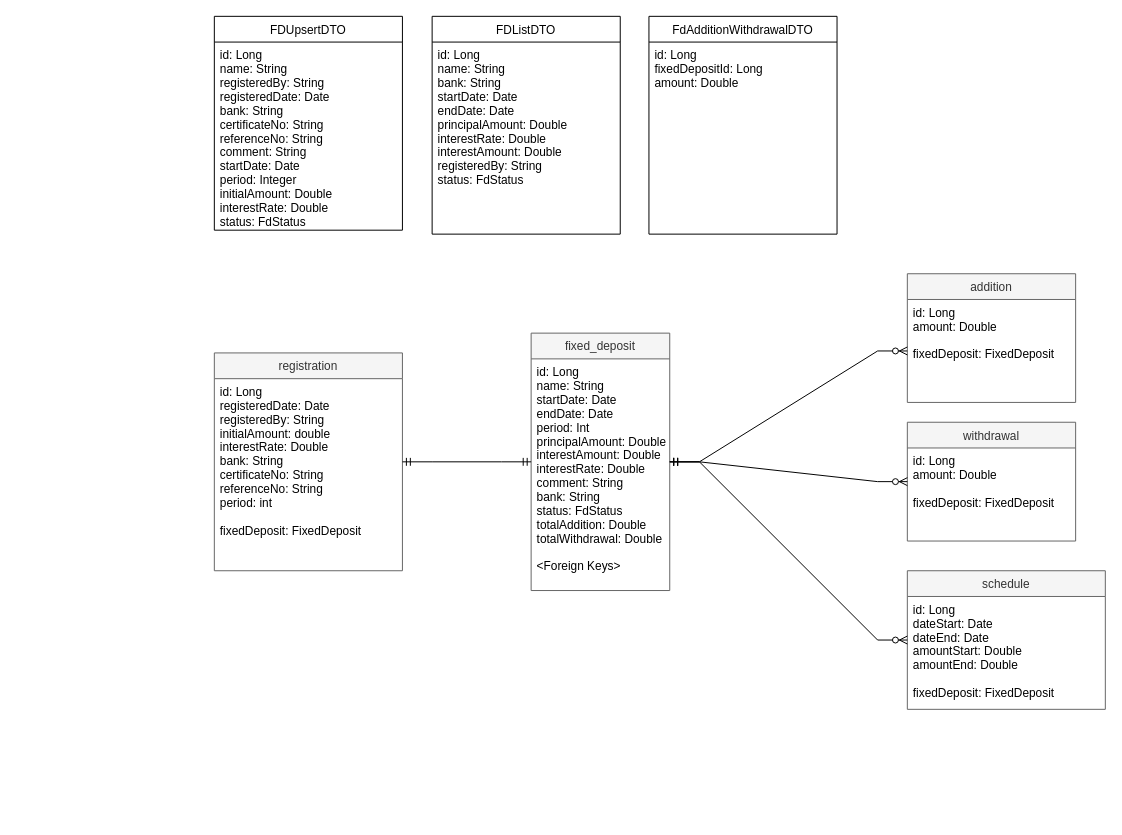
This is investment/ERD.drawio from AdmiJW/fixed_deposit_module, a draw.io file, before an edit. Source tidied: cells renumbered, new cells numbered last; positions are measured from the earlier drawing's top-left corner, leaving out a move shared by most shapes. Both pictures are drawn from the tidied source at 99%, with x=0, y=0 at pixel (214, 16).
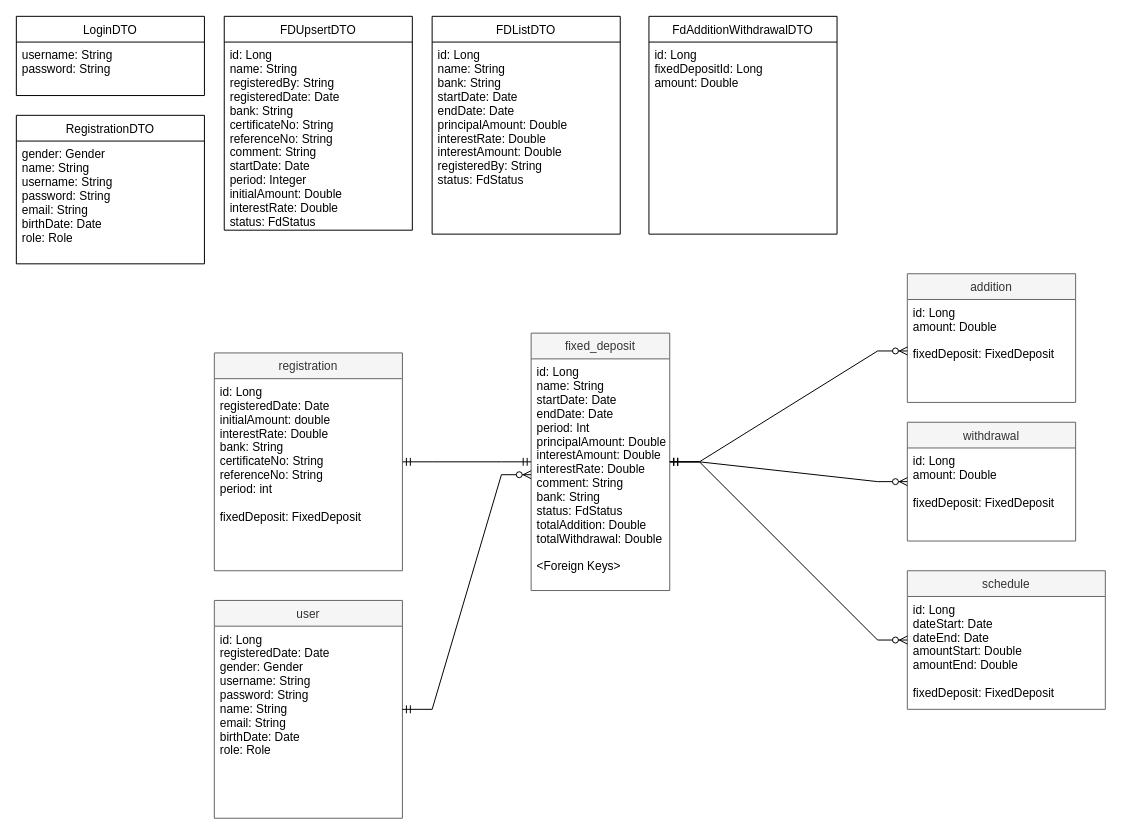
The same page after the edit.

The change refers to these unchanged cells:
```xml
<mxCell id="3" value="id: Long&#10;name: String&#10;startDate: Date&#10;endDate: Date&#10;period: Int&#10;principalAmount: Double&#10;interestAmount: Double&#10;interestRate: Double&#10;comment: String&#10;bank: String&#10;status: FdStatus&#10;totalAddition: Double&#10;totalWithdrawal: Double&#10;&#10;&lt;Foreign Keys&gt;" style="text;strokeColor=none;fillColor=none;align=left;verticalAlign=top;spacingLeft=4;spacingRight=4;overflow=hidden;points=[[0,0.5],[1,0.5]];portConstraint=eastwest;" parent="2" vertex="1">
  <mxGeometry y="26" width="140" height="234" as="geometry" />
</mxCell>
<mxCell id="10" value="registration" style="swimlane;fontStyle=0;horizontal=1;startSize=26;fillColor=#f5f5f5;fontColor=#333333;strokeColor=#666666;" parent="1" vertex="1">
  <mxGeometry y="340" width="190" height="220" as="geometry" />
</mxCell>
```

What changed in the source:
```diff
@@
-    <mxCell id="11" value="id: Long&#10;registeredDate: Date&#10;registeredBy: String&#10;initialAmount: double&#10;interestRate: Double&#10;bank: String&#10;certificateNo: String&#10;referenceNo: String&#10;period: int&#10;&#10;fixedDeposit: FixedDeposit" style="text;strokeColor=none;fillColor=none;align=left;verticalAlign=top;spacingLeft=4;spacingRight=4;overflow=hidden;" parent="10" vertex="1">
+    <mxCell id="11" value="id: Long&#10;registeredDate: Date&#10;initialAmount: double&#10;interestRate: Double&#10;bank: String&#10;certificateNo: String&#10;referenceNo: String&#10;period: int&#10;&#10;fixedDeposit: FixedDeposit" style="text;strokeColor=none;fillColor=none;align=left;verticalAlign=top;spacingLeft=4;spacingRight=4;overflow=hidden;" parent="10" vertex="1">
       <mxGeometry y="26" width="190" height="194" as="geometry" />
     </mxCell>
@@
     <mxCell id="15" value="FDUpsertDTO" style="swimlane;fontStyle=0;horizontal=1;startSize=26;fillColor=none;" parent="1" vertex="1">
-      <mxGeometry width="190" height="216" as="geometry" />
+      <mxGeometry x="10" width="190" height="216" as="geometry" />
     </mxCell>
@@
+    <mxCell id="22" value="user" style="swimlane;fontStyle=0;horizontal=1;startSize=26;fillColor=#f5f5f5;fontColor=#333333;strokeColor=#666666;" parent="1" vertex="1">
+      <mxGeometry y="590" width="190" height="220" as="geometry" />
+    </mxCell>
+    <mxCell id="23" value="id: Long&#10;registeredDate: Date&#10;gender: Gender&#10;username: String&#10;password: String&#10;name: String&#10;email: String&#10;birthDate: Date&#10;role: Role" style="text;strokeColor=none;fillColor=none;align=left;verticalAlign=top;spacingLeft=4;spacingRight=4;overflow=hidden;" parent="22" vertex="1">
+      <mxGeometry y="26" width="190" height="194" as="geometry" />
+    </mxCell>
+    <mxCell id="24" style="edgeStyle=entityRelationEdgeStyle;fontSize=12;html=1;endArrow=ERzeroToMany;startArrow=ERmandOne;rounded=0;" parent="1" edge="1" source="22" target="3">
+      <mxGeometry relative="1" as="geometry" />
+    </mxCell>
+    <mxCell id="25" value="LoginDTO" style="swimlane;fontStyle=0;horizontal=1;startSize=26;fillColor=none;" parent="1" vertex="1">
+      <mxGeometry x="-200" width="190" height="80" as="geometry" />
+    </mxCell>
+    <mxCell id="26" value="username: String&#10;password: String" style="text;strokeColor=none;fillColor=none;align=left;verticalAlign=top;spacingLeft=4;spacingRight=4;overflow=hidden;" parent="25" vertex="1">
+      <mxGeometry y="26" width="190" height="54" as="geometry" />
+    </mxCell>
+    <mxCell id="27" value="RegistrationDTO" style="swimlane;fontStyle=0;horizontal=1;startSize=26;fillColor=none;" parent="1" vertex="1">
+      <mxGeometry x="-200" y="100" width="190" height="150" as="geometry" />
+    </mxCell>
+    <mxCell id="28" value="gender: Gender&#10;name: String&#10;username: String&#10;password: String&#10;email: String&#10;birthDate: Date&#10;role: Role" style="text;strokeColor=none;fillColor=none;align=left;verticalAlign=top;spacingLeft=4;spacingRight=4;overflow=hidden;" parent="27" vertex="1">
+      <mxGeometry y="26" width="190" height="124" as="geometry" />
+    </mxCell>
```
